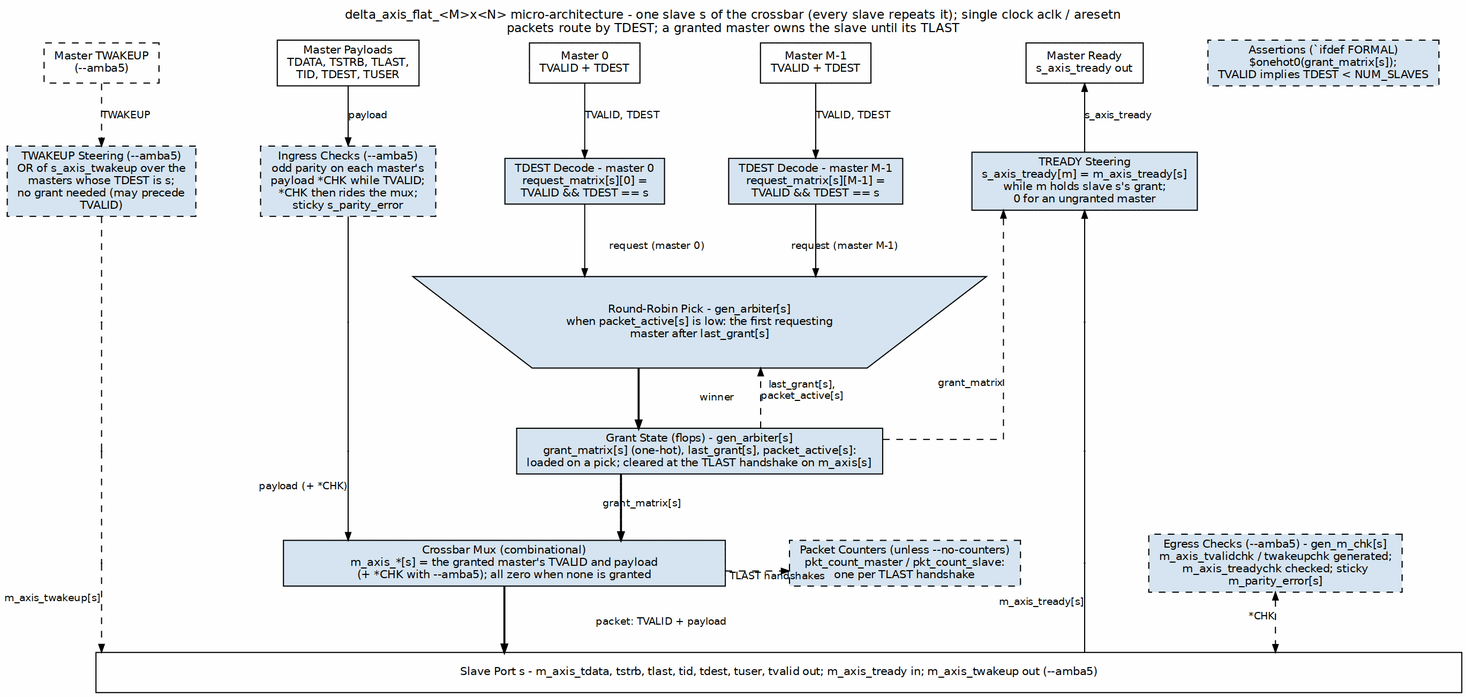
Before: projects/components/fabric-gen-ip/delta/docs/delta_mas/assets/graphviz/delta_mas_block_diagram.png, a diagram exported from Graphviz (sean-galloway/RTLDesignSherpa). Its source is kept beside it as projects/components/fabric-gen-ip/delta/docs/delta_mas/assets/graphviz/delta_mas_block_diagram.dot.
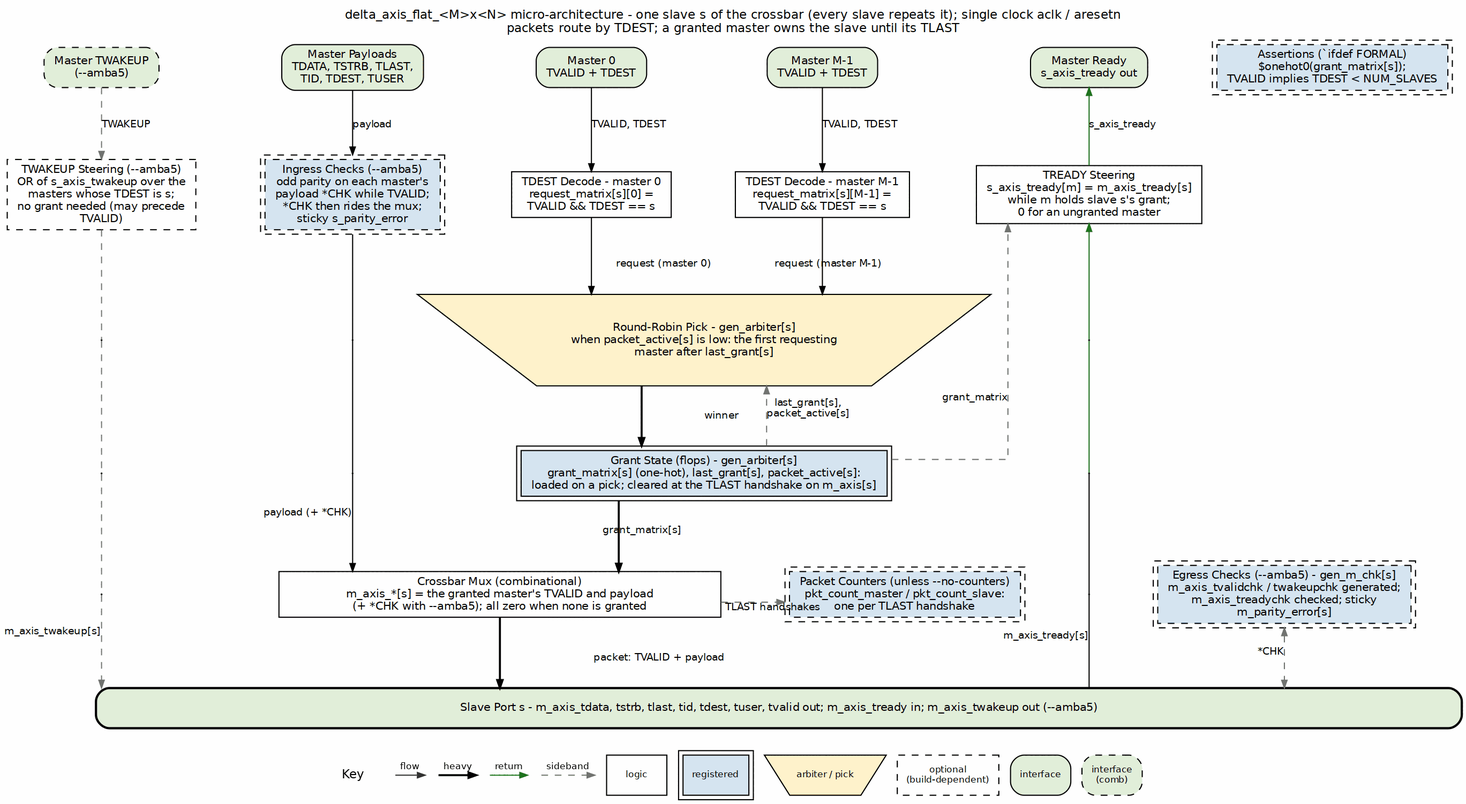
After the change.

The edit, as a diff of the source:
```diff
@@ -3,58 +3,58 @@
            nodesep="0.40", ranksep="0.60", splines=ortho, labelloc=t,
            label="delta_axis_flat_<M>x<N> micro-architecture - one slave s of the crossbar (every slave repeats it); single clock aclk / aresetn\npackets route by TDEST; a granted master owns the slave until its TLAST"];
     node  [fontname="Helvetica", fontsize=10, shape=box, style=filled,
-           fillcolor="#D6E4F0", color="black", margin="0.12,0.06"];
+           fillcolor="white", color="black", margin="0.12,0.06"];
     edge  [fontname="Helvetica", fontsize=9, color="black", arrowsize=0.7];
 
-    pwk [label="Master TWAKEUP\n(--amba5)", fillcolor="white", style="filled,dashed", group=W];
-    pp  [group=P, label="Master Payloads\nTDATA, TSTRB, TLAST,\nTID, TDEST, TUSER", fillcolor="white"];
-    p0  [label="Master 0\nTVALID + TDEST", fillcolor="white"];
-    pn  [label="Master M-1\nTVALID + TDEST", fillcolor="white"];
-    pr  [group=R, label="Master Ready\ns_axis_tready out", fillcolor="white"];
+    pwk [label="Master TWAKEUP\n(--amba5)", fillcolor="white", style="filled,dashed", group=W, style="rounded,filled,dashed", fillcolor="#E2EFDA"];
+    pp  [group=P, label="Master Payloads\nTDATA, TSTRB, TLAST,\nTID, TDEST, TUSER", fillcolor="white", style="rounded,filled", fillcolor="#E2EFDA"];
+    p0  [label="Master 0\nTVALID + TDEST", fillcolor="white", style="rounded,filled", fillcolor="#E2EFDA"];
+    pn  [label="Master M-1\nTVALID + TDEST", fillcolor="white", style="rounded,filled", fillcolor="#E2EFDA"];
+    pr  [group=R, label="Master Ready\ns_axis_tready out", fillcolor="white", style="rounded,filled", fillcolor="#E2EFDA"];
     { rank=same; pwk; pp; p0; pn; pr; asr; }
     pwk -> pp -> p0 -> pn -> pr -> asr [style=invis];
 
-    wk  [group=W, label="TWAKEUP Steering (--amba5)\nOR of s_axis_twakeup over the\nmasters whose TDEST is s;\nno grant needed (may precede\nTVALID)", style="filled,dashed"];
-    chk [group=P, label="Ingress Checks (--amba5)\nodd parity on each master's\npayload *CHK while TVALID;\n*CHK then rides the mux;\nsticky s_parity_error", style="filled,dashed"];
-    d0  [label="TDEST Decode - master 0\nrequest_matrix[s][0] =\nTVALID && TDEST == s"];
-    dn  [label="TDEST Decode - master M-1\nrequest_matrix[s][M-1] =\nTVALID && TDEST == s"];
-    rdy [group=R, label="TREADY Steering\ns_axis_tready[m] = m_axis_tready[s]\nwhile m holds slave s's grant;\n0 for an ungranted master"];
+    wk  [group=W, label="TWAKEUP Steering (--amba5)\nOR of s_axis_twakeup over the\nmasters whose TDEST is s;\nno grant needed (may precede\nTVALID)", style="filled,dashed", style="filled,dashed", fillcolor="white"];
+    chk [group=P, label="Ingress Checks (--amba5)\nodd parity on each master's\npayload *CHK while TVALID;\n*CHK then rides the mux;\nsticky s_parity_error", style="filled,dashed", peripheries=2, style="filled,dashed", fillcolor="#D6E4F0"];
+    d0  [label="TDEST Decode - master 0\nrequest_matrix[s][0] =\nTVALID && TDEST == s", style="filled", fillcolor="white"];
+    dn  [label="TDEST Decode - master M-1\nrequest_matrix[s][M-1] =\nTVALID && TDEST == s", style="filled", fillcolor="white"];
+    rdy [group=R, label="TREADY Steering\ns_axis_tready[m] = m_axis_tready[s]\nwhile m holds slave s's grant;\n0 for an ungranted master", style="filled", fillcolor="white"];
     { rank=same; wk; chk; d0; dn; rdy; }
     wk -> chk -> d0 -> dn -> rdy [style=invis];
 
     pwk2 [shape=point, width=0.01, label="", group=W];
     pp2  [shape=point, width=0.01, label="", group=P];
     arb [label="Round-Robin Pick - gen_arbiter[s]\nwhen packet_active[s] is low: the first requesting\nmaster after last_grant[s]",
-         shape=invtrapezium, width=6.2, height=0.7];
+         shape=invtrapezium, width=6.2, height=0.7, style="filled", fillcolor="#FFF2CC"];
     pr2  [shape=point, width=0.01, label="", group=R];
     { rank=same; pwk2; pp2; arb; pr2; }
     pwk2 -> pp2 -> arb -> pr2 [style=invis];
 
     pwk25 [shape=point, width=0.01, label="", group=W];
     pp25  [shape=point, width=0.01, label="", group=P];
-    gst [label="Grant State (flops) - gen_arbiter[s]\ngrant_matrix[s] (one-hot), last_grant[s], packet_active[s]:\nloaded on a pick; cleared at the TLAST handshake on m_axis[s]"];
+    gst [label="Grant State (flops) - gen_arbiter[s]\ngrant_matrix[s] (one-hot), last_grant[s], packet_active[s]:\nloaded on a pick; cleared at the TLAST handshake on m_axis[s]", peripheries=2, style="filled", fillcolor="#D6E4F0"];
     pr25  [shape=point, width=0.01, label="", group=R];
     { rank=same; pwk25; pp25; gst; pr25; }
     pwk25 -> pp25 -> gst -> pr25 [style=invis];
 
     pwk3 [shape=point, width=0.01, label="", group=W];
-    mux [label="Crossbar Mux (combinational)\nm_axis_*[s] = the granted master's TVALID and payload\n(+ *CHK with --amba5); all zero when none is granted", width=5.5];
+    mux [label="Crossbar Mux (combinational)\nm_axis_*[s] = the granted master's TVALID and payload\n(+ *CHK with --amba5); all zero when none is granted", width=5.5, style="filled", fillcolor="white"];
     pr3  [shape=point, width=0.01, label="", group=R];
     { rank=same; pwk3; mux; cnt; pr3; ech; }
     pwk3 -> mux -> cnt -> pr3 -> ech [style=invis];
 
-    ech [label="Egress Checks (--amba5) - gen_m_chk[s]\nm_axis_tvalidchk / twakeupchk generated;\nm_axis_treadychk checked; sticky\nm_parity_error[s]", style="filled,dashed"];
-    asr [label="Assertions (`ifdef FORMAL)\n$onehot0(grant_matrix[s]);\nTVALID implies TDEST < NUM_SLAVES", style="filled,dashed"];
-    cnt [label="Packet Counters (unless --no-counters)\npkt_count_master / pkt_count_slave:\none per TLAST handshake", style="filled,dashed"];
+    ech [label="Egress Checks (--amba5) - gen_m_chk[s]\nm_axis_tvalidchk / twakeupchk generated;\nm_axis_treadychk checked; sticky\nm_parity_error[s]", style="filled,dashed", peripheries=2, style="filled,dashed", fillcolor="#D6E4F0"];
+    asr [label="Assertions (`ifdef FORMAL)\n$onehot0(grant_matrix[s]);\nTVALID implies TDEST < NUM_SLAVES", style="filled,dashed", peripheries=2, style="filled,dashed", fillcolor="#D6E4F0"];
+    cnt [label="Packet Counters (unless --no-counters)\npkt_count_master / pkt_count_slave:\none per TLAST handshake", style="filled,dashed", peripheries=2, style="filled,dashed", fillcolor="#D6E4F0"];
 
     bar [label="Slave Port s - m_axis_tdata, tstrb, tlast, tid, tdest, tuser, tvalid out; m_axis_tready in; m_axis_twakeup out (--amba5)",
-         fillcolor="white", width=17];
+         fillcolor="white", width=17, style="rounded,filled,bold", fillcolor="#E2EFDA"];
 
-    pwk -> wk [label="TWAKEUP", style=dashed];
-    wk -> pwk2 [dir=none, style=dashed];
-    pwk2 -> pwk25 [dir=none, style=dashed];
-    pwk25 -> pwk3 [dir=none, style=dashed];
-    pwk3 -> bar [xlabel="m_axis_twakeup[s]", style=dashed];
+    pwk -> wk [label="TWAKEUP", style=dashed, color="#777777"];
+    wk -> pwk2 [dir=none, style=dashed, color="#777777"];
+    pwk2 -> pwk25 [dir=none, style=dashed, color="#777777"];
+    pwk25 -> pwk3 [dir=none, style=dashed, color="#777777"];
+    pwk3 -> bar [xlabel="m_axis_twakeup[s]", style=dashed, color="#777777"];
 
     pp -> chk [label="payload"];
     chk -> pp2 [dir=none];
@@ -67,15 +67,15 @@
     dn -> arb [label="request (master M-1)"];
     arb -> gst [label="winner", penwidth=1.8];
     gst -> mux [label="grant_matrix[s]", penwidth=1.8];
-    gst -> arb [style=dashed, xlabel="last_grant[s],\npacket_active[s]", constraint=false];
+    gst -> arb [style=dashed, color="#777777", xlabel="last_grant[s],\npacket_active[s]", constraint=false];
     mux -> bar [label="packet: TVALID + payload", penwidth=1.8];
-    mux -> cnt [style=dashed, xlabel="TLAST handshakes"];
+    mux -> cnt [style=dashed, color="#777777", xlabel="TLAST handshakes"];
 
-    pr -> rdy [dir=back, label="s_axis_tready"];
-    rdy -> pr2 [dir=back];
-    pr2 -> pr25 [dir=none];
+    pr -> rdy [color="#1A7A1A", dir=back, label="s_axis_tready"];
+    rdy -> pr2 [color="#1A7A1A", dir=back];
+    pr2 -> pr25 [color="#1A7A1A", dir=none];
     pr25 -> pr3 [dir=none];
     pr3 -> bar [dir=none, xlabel="m_axis_tready[s]"];
-    ech -> bar [style=dashed, dir=both, xlabel="*CHK"];
-    gst -> rdy [style=dashed, xlabel="grant_matrix"];
+    ech -> bar [style=dashed, color="#777777", dir=both, xlabel="*CHK"];
+    gst -> rdy [style=dashed, color="#777777", xlabel="grant_matrix"];
 }
```
